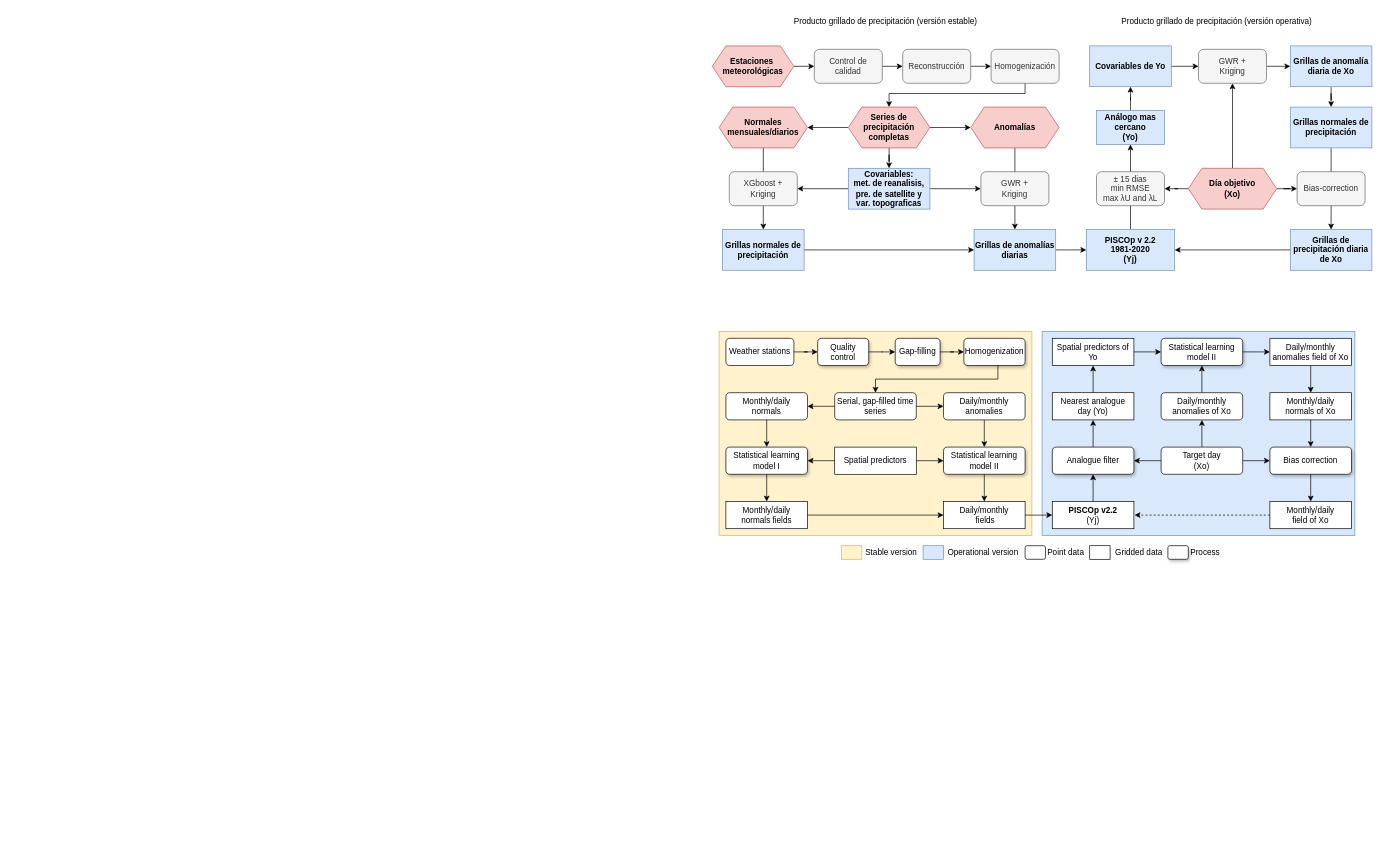
Above: PISCOp_update.drawio in adrHuerta/diagrams (draw.io), before the change. Source tidied: cells renumbered, new cells numbered last; positions are measured from the earlier drawing's top-left corner, leaving out a move shared by most shapes. Both pictures are drawn from the tidied source at 68%, with x=0, y=0 at pixel (712, 12).
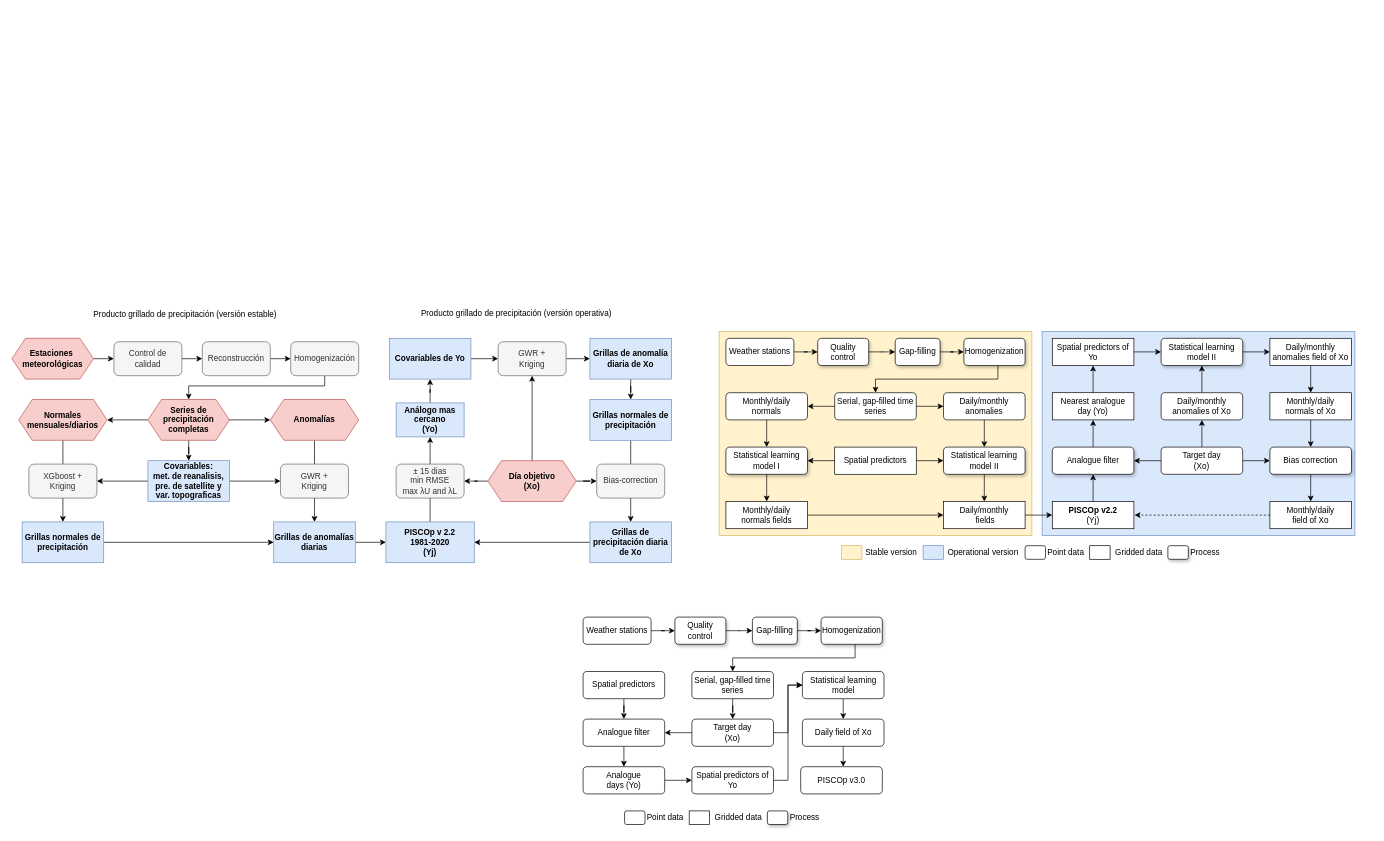
Above is the later version.

The edit, as a diff of the source:
```diff
@@
     <mxCell id="3" value="PISCOp v 2.2 &lt;br&gt;1981-2020&lt;br&gt;(Yj)" style="rounded=0;whiteSpace=wrap;html=1;fontStyle=1;fillColor=#dae8fc;strokeColor=#6c8ebf;" parent="1" vertex="1">
-      <mxGeometry x="550" y="320" width="130" height="60" as="geometry" />
+      <mxGeometry x="-480" y="750" width="130" height="60" as="geometry" />
     </mxCell>
     <mxCell id="4" style="edgeStyle=orthogonalEdgeStyle;rounded=0;jettySize=auto;html=1;entryX=0;entryY=0.5;entryDx=0;entryDy=0;" parent="1" edge="1" target="6">
       <mxGeometry relative="1" as="geometry">
-        <mxPoint x="120" y="80" as="sourcePoint" />
+        <mxPoint x="-910" y="510" as="sourcePoint" />
       </mxGeometry>
     </mxCell>
     <mxCell id="5" style="edgeStyle=orthogonalEdgeStyle;rounded=0;jettySize=auto;html=1;" parent="1" edge="1" source="6">
       <mxGeometry relative="1" as="geometry">
-        <mxPoint x="280" y="80" as="targetPoint" />
+        <mxPoint x="-750" y="510" as="targetPoint" />
       </mxGeometry>
     </mxCell>
     <mxCell id="6" value="Control de &lt;br&gt;calidad" style="rounded=1;whiteSpace=wrap;html=1;fillColor=#f5f5f5;strokeColor=#666666;fontColor=#333333;" parent="1" vertex="1">
-      <mxGeometry x="150" y="55" width="100" height="50" as="geometry" />
+      <mxGeometry x="-880" y="485" width="100" height="50" as="geometry" />
     </mxCell>
     <mxCell id="7" style="edgeStyle=orthogonalEdgeStyle;rounded=0;jettySize=auto;html=1;" parent="1" edge="1" source="8">
       <mxGeometry relative="1" as="geometry">
-        <mxPoint x="410" y="80" as="targetPoint" />
+        <mxPoint x="-620" y="510" as="targetPoint" />
       </mxGeometry>
     </mxCell>
     <mxCell id="8" value="Reconstrucción" style="rounded=1;whiteSpace=wrap;html=1;fillColor=#f5f5f5;strokeColor=#666666;fontColor=#333333;" parent="1" vertex="1">
-      <mxGeometry x="280" y="55" width="100" height="50" as="geometry" />
+      <mxGeometry x="-750" y="485" width="100" height="50" as="geometry" />
     </mxCell>
     <mxCell id="9" style="edgeStyle=orthogonalEdgeStyle;rounded=0;jettySize=auto;html=1;" parent="1" edge="1" source="10">
       <mxGeometry relative="1" as="geometry">
-        <mxPoint x="260" y="140" as="targetPoint" />
+        <mxPoint x="-770" y="570" as="targetPoint" />
         <Array as="points">
-          <mxPoint x="460" y="120" />
-          <mxPoint x="260" y="120" />
+          <mxPoint x="-570" y="550" />
+          <mxPoint x="-770" y="550" />
         </Array>
       </mxGeometry>
     </mxCell>
     <mxCell id="10" value="Homogenización" style="rounded=1;whiteSpace=wrap;html=1;fillColor=#f5f5f5;strokeColor=#666666;fontColor=#333333;" parent="1" vertex="1">
-      <mxGeometry x="410" y="55" width="100" height="50" as="geometry" />
+      <mxGeometry x="-620" y="485" width="100" height="50" as="geometry" />
     </mxCell>
     <mxCell id="11" style="edgeStyle=orthogonalEdgeStyle;rounded=0;orthogonalLoop=1;jettySize=auto;html=1;entryX=0;entryY=0.5;entryDx=0;entryDy=0;" parent="1" edge="1">
       <mxGeometry relative="1" as="geometry">
-        <mxPoint x="310" y="170" as="sourcePoint" />
-        <mxPoint x="380" y="170" as="targetPoint" />
+        <mxPoint x="-720" y="600" as="sourcePoint" />
+        <mxPoint x="-650" y="600" as="targetPoint" />
       </mxGeometry>
     </mxCell>
     <mxCell id="12" style="edgeStyle=orthogonalEdgeStyle;rounded=0;orthogonalLoop=1;jettySize=auto;html=1;" parent="1" edge="1">
       <mxGeometry relative="1" as="geometry">
-        <mxPoint x="200" y="170" as="sourcePoint" />
-        <mxPoint x="140" y="170" as="targetPoint" />
+        <mxPoint x="-830" y="600" as="sourcePoint" />
+        <mxPoint x="-890" y="600" as="targetPoint" />
       </mxGeometry>
     </mxCell>
@@
     <mxCell id="15" value="Covariables:&lt;br&gt;met. de reanalisis, pre. de satellite y var. topograficas" style="rounded=1;whiteSpace=wrap;html=1;arcSize=0;fontStyle=1;fillColor=#dae8fc;strokeColor=#6c8ebf;" parent="1" vertex="1">
-      <mxGeometry x="200" y="230" width="120" height="60" as="geometry" />
+      <mxGeometry x="-830" y="660" width="120" height="60" as="geometry" />
     </mxCell>
@@
     <mxCell id="17" value="&lt;b style=&quot;&quot;&gt;Series de precipitación completas&lt;/b&gt;" style="shape=hexagon;perimeter=hexagonPerimeter2;whiteSpace=wrap;html=1;fixedSize=1;rounded=0;fillColor=#f8cecc;strokeColor=#b85450;" parent="1" vertex="1">
-      <mxGeometry x="200" y="140" width="120" height="60" as="geometry" />
+      <mxGeometry x="-830" y="570" width="120" height="60" as="geometry" />
     </mxCell>
     <mxCell id="18" value="&lt;b style=&quot;&quot;&gt;Estaciones&amp;nbsp;&lt;br&gt;&lt;/b&gt;&lt;b&gt;meteorológicas&lt;/b&gt;" style="shape=hexagon;perimeter=hexagonPerimeter2;whiteSpace=wrap;html=1;fixedSize=1;rounded=0;fillColor=#f8cecc;strokeColor=#b85450;" parent="1" vertex="1">
-      <mxGeometry y="50" width="120" height="60" as="geometry" />
+      <mxGeometry x="-1030" y="480" width="120" height="60" as="geometry" />
     </mxCell>
@@
     <mxCell id="20" value="&lt;b&gt;Normales mensuales/diarios&lt;/b&gt;" style="shape=hexagon;perimeter=hexagonPerimeter2;whiteSpace=wrap;html=1;fixedSize=1;rounded=0;fillColor=#f8cecc;strokeColor=#b85450;" parent="1" vertex="1">
-      <mxGeometry x="10" y="140" width="130" height="60" as="geometry" />
+      <mxGeometry x="-1020" y="570" width="130" height="60" as="geometry" />
     </mxCell>
@@
     <mxCell id="22" value="&lt;b&gt;Anomalías&lt;/b&gt;" style="shape=hexagon;perimeter=hexagonPerimeter2;whiteSpace=wrap;html=1;fixedSize=1;rounded=0;fillColor=#f8cecc;strokeColor=#b85450;" parent="1" vertex="1">
-      <mxGeometry x="380" y="140" width="130" height="60" as="geometry" />
+      <mxGeometry x="-650" y="570" width="130" height="60" as="geometry" />
     </mxCell>
     <mxCell id="23" value="XGboost +&lt;br&gt;Kriging" style="rounded=1;whiteSpace=wrap;html=1;fillColor=#f5f5f5;strokeColor=#666666;fontColor=#333333;" parent="1" vertex="1">
-      <mxGeometry x="25" y="235" width="100" height="50" as="geometry" />
+      <mxGeometry x="-1005" y="665" width="100" height="50" as="geometry" />
     </mxCell>
     <mxCell id="24" value="GWR +&lt;br&gt;Kriging" style="rounded=1;whiteSpace=wrap;html=1;fillColor=#f5f5f5;strokeColor=#666666;fontColor=#333333;" parent="1" vertex="1">
-      <mxGeometry x="395" y="235" width="100" height="50" as="geometry" />
+      <mxGeometry x="-635" y="665" width="100" height="50" as="geometry" />
     </mxCell>
@@
     <mxCell id="26" value="Grillas normales de precipitación" style="rounded=1;whiteSpace=wrap;html=1;arcSize=0;fontStyle=1;fillColor=#dae8fc;strokeColor=#6c8ebf;" parent="1" vertex="1">
-      <mxGeometry x="15" y="320" width="120" height="60" as="geometry" />
+      <mxGeometry x="-1015" y="750" width="120" height="60" as="geometry" />
     </mxCell>
@@
     <mxCell id="28" value="Grillas de anomalías diarias" style="rounded=1;whiteSpace=wrap;html=1;arcSize=0;fontStyle=1;fillColor=#dae8fc;strokeColor=#6c8ebf;" parent="1" vertex="1">
-      <mxGeometry x="385" y="320" width="120" height="60" as="geometry" />
+      <mxGeometry x="-645" y="750" width="120" height="60" as="geometry" />
     </mxCell>
     <mxCell id="29" value="± 15 dias&lt;br&gt;min RMSE&lt;br&gt;max&amp;nbsp;λU and λL" style="rounded=1;whiteSpace=wrap;html=1;fillColor=#f5f5f5;strokeColor=#666666;fontColor=#333333;" parent="1" vertex="1">
-      <mxGeometry x="565" y="235" width="100" height="50" as="geometry" />
+      <mxGeometry x="-465" y="665" width="100" height="50" as="geometry" />
     </mxCell>
@@
     <mxCell id="31" value="Análogo mas cercano&lt;br&gt;(Yo)" style="rounded=1;whiteSpace=wrap;html=1;arcSize=0;fontStyle=1;fillColor=#dae8fc;strokeColor=#6c8ebf;" parent="1" vertex="1">
-      <mxGeometry x="565" y="145" width="100" height="50" as="geometry" />
+      <mxGeometry x="-465" y="575" width="100" height="50" as="geometry" />
     </mxCell>
@@
     <mxCell id="35" value="&lt;b&gt;Día&amp;nbsp;objetivo&lt;/b&gt;&lt;br&gt;&lt;b&gt;(Xo)&lt;/b&gt;" style="shape=hexagon;perimeter=hexagonPerimeter2;whiteSpace=wrap;html=1;fixedSize=1;rounded=0;fillColor=#f8cecc;strokeColor=#b85450;" parent="1" vertex="1">
-      <mxGeometry x="700" y="230" width="130" height="60" as="geometry" />
+      <mxGeometry x="-330" y="660" width="130" height="60" as="geometry" />
     </mxCell>
@@
     <mxCell id="37" value="Covariables de Yo" style="rounded=1;whiteSpace=wrap;html=1;arcSize=0;fontStyle=1;fillColor=#dae8fc;strokeColor=#6c8ebf;" parent="1" vertex="1">
-      <mxGeometry x="555" y="50" width="120" height="60" as="geometry" />
+      <mxGeometry x="-475" y="480" width="120" height="60" as="geometry" />
     </mxCell>
     <mxCell id="38" style="edgeStyle=orthogonalEdgeStyle;rounded=0;jettySize=auto;html=1;" parent="1" edge="1" source="39">
       <mxGeometry relative="1" as="geometry">
-        <mxPoint x="850" y="80" as="targetPoint" />
+        <mxPoint x="-180" y="510" as="targetPoint" />
       </mxGeometry>
     </mxCell>
     <mxCell id="39" value="GWR +&lt;br&gt;Kriging" style="rounded=1;whiteSpace=wrap;html=1;fillColor=#f5f5f5;strokeColor=#666666;fontColor=#333333;" parent="1" vertex="1">
-      <mxGeometry x="715" y="55" width="100" height="50" as="geometry" />
+      <mxGeometry x="-315" y="485" width="100" height="50" as="geometry" />
     </mxCell>
@@
     <mxCell id="41" value="Grillas de anomalía diaria de Xo" style="rounded=1;whiteSpace=wrap;html=1;arcSize=0;fontStyle=1;fillColor=#dae8fc;strokeColor=#6c8ebf;" parent="1" vertex="1">
-      <mxGeometry x="850" y="50" width="120" height="60" as="geometry" />
+      <mxGeometry x="-180" y="480" width="120" height="60" as="geometry" />
     </mxCell>
@@
     <mxCell id="43" value="Grillas de precipitación diaria de Xo" style="rounded=1;whiteSpace=wrap;html=1;arcSize=0;fontStyle=1;fillColor=#dae8fc;strokeColor=#6c8ebf;" parent="1" vertex="1">
-      <mxGeometry x="850" y="320" width="120" height="60" as="geometry" />
+      <mxGeometry x="-180" y="750" width="120" height="60" as="geometry" />
     </mxCell>
@@
     <mxCell id="45" value="Grillas normales de precipitación" style="rounded=1;whiteSpace=wrap;html=1;arcSize=0;fontStyle=1;fillColor=#dae8fc;strokeColor=#6c8ebf;" parent="1" vertex="1">
-      <mxGeometry x="850" y="140" width="120" height="60" as="geometry" />
+      <mxGeometry x="-180" y="570" width="120" height="60" as="geometry" />
     </mxCell>
     <mxCell id="46" value="Producto grillado de precipitación (versión estable)" style="text;html=1;strokeColor=none;fillColor=none;align=center;verticalAlign=middle;whiteSpace=wrap;rounded=0;" parent="1" vertex="1">
-      <mxGeometry width="510" height="30" as="geometry" />
+      <mxGeometry x="-1030" y="430" width="510" height="30" as="geometry" />
     </mxCell>
     <mxCell id="47" value="&lt;span style=&quot;color: rgb(0, 0, 0); font-family: Helvetica; font-size: 12px; font-style: normal; font-variant-ligatures: normal; font-variant-caps: normal; font-weight: 400; letter-spacing: normal; orphans: 2; text-align: center; text-indent: 0px; text-transform: none; widows: 2; word-spacing: 0px; -webkit-text-stroke-width: 0px; text-decoration-thickness: initial; text-decoration-style: initial; text-decoration-color: initial; float: none; display: inline !important;&quot;&gt;Producto grillado de precipitación (versión operativa)&lt;/span&gt;" style="text;whiteSpace=wrap;html=1;" parent="1" vertex="1">
-      <mxGeometry x="600" width="290" height="30" as="geometry" />
+      <mxGeometry x="-430" y="430" width="290" height="30" as="geometry" />
     </mxCell>
     <mxCell id="48" value="Bias-correction" style="rounded=1;whiteSpace=wrap;html=1;fillColor=#f5f5f5;strokeColor=#666666;fontColor=#333333;" parent="1" vertex="1">
-      <mxGeometry x="860" y="235" width="100" height="50" as="geometry" />
+      <mxGeometry x="-170" y="665" width="100" height="50" as="geometry" />
     </mxCell>
@@
+    <mxCell id="111" value="Weather stations" style="rounded=1;whiteSpace=wrap;html=1;strokeWidth=1;" parent="1" vertex="1">
+      <mxGeometry x="-190" y="890" width="100" height="40" as="geometry" />
+    </mxCell>
+    <mxCell id="112" value="Quality &lt;br&gt;control" style="rounded=1;whiteSpace=wrap;html=1;glass=0;sketch=0;shadow=1;strokeWidth=1;" parent="1" vertex="1">
+      <mxGeometry x="-55" y="890" width="75" height="40" as="geometry" />
+    </mxCell>
+    <mxCell id="113" style="edgeStyle=orthogonalEdgeStyle;rounded=0;jettySize=auto;html=1;strokeWidth=1;" parent="1" edge="1" source="111" target="112">
+      <mxGeometry relative="1" as="geometry" />
+    </mxCell>
+    <mxCell id="114" value="Gap-filling" style="rounded=1;whiteSpace=wrap;html=1;glass=0;sketch=0;shadow=1;strokeWidth=1;" parent="1" vertex="1">
+      <mxGeometry x="59" y="890" width="66" height="40" as="geometry" />
+    </mxCell>
+    <mxCell id="115" style="edgeStyle=orthogonalEdgeStyle;rounded=0;jettySize=auto;html=1;entryX=0;entryY=0.5;entryDx=0;entryDy=0;strokeWidth=1;" parent="1" edge="1" source="112" target="114">
+      <mxGeometry relative="1" as="geometry" />
+    </mxCell>
+    <mxCell id="116" value="Homogenization" style="rounded=1;whiteSpace=wrap;html=1;glass=0;sketch=0;shadow=1;strokeWidth=1;" parent="1" vertex="1">
+      <mxGeometry x="160" y="890" width="90" height="40" as="geometry" />
+    </mxCell>
+    <mxCell id="117" style="edgeStyle=orthogonalEdgeStyle;rounded=0;jettySize=auto;html=1;entryX=0;entryY=0.5;entryDx=0;entryDy=0;strokeWidth=1;" parent="1" edge="1" source="114" target="116">
+      <mxGeometry relative="1" as="geometry" />
+    </mxCell>
+    <mxCell id="118" style="edgeStyle=orthogonalEdgeStyle;rounded=0;jettySize=auto;html=1;entryX=0.5;entryY=0;entryDx=0;entryDy=0;" parent="1" edge="1" source="119" target="129">
+      <mxGeometry relative="1" as="geometry" />
+    </mxCell>
+    <mxCell id="119" value="Serial, gap-filled time series" style="rounded=1;whiteSpace=wrap;html=1;strokeWidth=1;" parent="1" vertex="1">
+      <mxGeometry x="-30" y="970" width="120" height="40" as="geometry" />
+    </mxCell>
+    <mxCell id="120" style="edgeStyle=orthogonalEdgeStyle;rounded=0;jettySize=auto;html=1;entryX=0.5;entryY=0;entryDx=0;entryDy=0;strokeWidth=1;" parent="1" edge="1" source="116" target="119">
+      <mxGeometry relative="1" as="geometry">
+        <Array as="points">
+          <mxPoint x="210" y="950" />
+          <mxPoint x="30" y="950" />
+        </Array>
+      </mxGeometry>
+    </mxCell>
+    <mxCell id="121" style="edgeStyle=orthogonalEdgeStyle;rounded=0;jettySize=auto;html=1;" parent="1" edge="1" source="122" target="126">
+      <mxGeometry relative="1" as="geometry" />
+    </mxCell>
+    <mxCell id="122" value="Spatial predictors" style="rounded=1;whiteSpace=wrap;html=1;strokeWidth=1;" parent="1" vertex="1">
+      <mxGeometry x="-190" y="970" width="120" height="40" as="geometry" />
+    </mxCell>
+    <mxCell id="123" style="edgeStyle=orthogonalEdgeStyle;rounded=0;jettySize=auto;html=1;entryX=0.5;entryY=0;entryDx=0;entryDy=0;" parent="1" edge="1" source="124">
+      <mxGeometry relative="1" as="geometry">
+        <mxPoint x="192.5" y="1040" as="targetPoint" />
+      </mxGeometry>
+    </mxCell>
+    <mxCell id="124" value="Statistical learning model" style="rounded=1;whiteSpace=wrap;html=1;strokeWidth=1;" parent="1" vertex="1">
+      <mxGeometry x="132.5" y="970" width="120" height="40" as="geometry" />
+    </mxCell>
+    <mxCell id="125" style="edgeStyle=orthogonalEdgeStyle;rounded=0;jettySize=auto;html=1;" parent="1" edge="1" source="126">
+      <mxGeometry relative="1" as="geometry">
+        <mxPoint x="-130" y="1110" as="targetPoint" />
+      </mxGeometry>
+    </mxCell>
+    <mxCell id="126" value="Analogue filter" style="rounded=1;whiteSpace=wrap;html=1;strokeWidth=1;" parent="1" vertex="1">
+      <mxGeometry x="-190" y="1040" width="120" height="40" as="geometry" />
+    </mxCell>
+    <mxCell id="127" style="edgeStyle=orthogonalEdgeStyle;rounded=0;jettySize=auto;html=1;entryX=1;entryY=0.5;entryDx=0;entryDy=0;" parent="1" edge="1" source="129" target="126">
+      <mxGeometry relative="1" as="geometry" />
+    </mxCell>
+    <mxCell id="128" style="edgeStyle=orthogonalEdgeStyle;rounded=0;jettySize=auto;html=1;entryX=0;entryY=0.5;entryDx=0;entryDy=0;" parent="1" edge="1" source="129" target="124">
+      <mxGeometry relative="1" as="geometry" />
+    </mxCell>
+    <mxCell id="129" value="Target day&lt;br style=&quot;border-color: var(--border-color);&quot;&gt;(Xo)" style="rounded=1;whiteSpace=wrap;html=1;strokeWidth=1;" parent="1" vertex="1">
+      <mxGeometry x="-30" y="1040" width="120" height="40" as="geometry" />
+    </mxCell>
+    <mxCell id="130" style="edgeStyle=orthogonalEdgeStyle;rounded=0;jettySize=auto;html=1;entryX=0;entryY=0.5;entryDx=0;entryDy=0;" parent="1" edge="1" source="131" target="133">
+      <mxGeometry relative="1" as="geometry" />
+    </mxCell>
+    <mxCell id="131" value="Analogue&lt;br style=&quot;border-color: var(--border-color);&quot;&gt;days (Yo)" style="rounded=1;whiteSpace=wrap;html=1;strokeWidth=1;" parent="1" vertex="1">
+      <mxGeometry x="-190" y="1110" width="120" height="40" as="geometry" />
+    </mxCell>
+    <mxCell id="132" style="edgeStyle=orthogonalEdgeStyle;rounded=0;jettySize=auto;html=1;entryX=0;entryY=0.5;entryDx=0;entryDy=0;" parent="1" edge="1" source="133" target="124">
+      <mxGeometry relative="1" as="geometry" />
+    </mxCell>
+    <mxCell id="133" value="Spatial predictors of Yo" style="rounded=1;whiteSpace=wrap;html=1;strokeWidth=1;" parent="1" vertex="1">
+      <mxGeometry x="-30" y="1110" width="120" height="40" as="geometry" />
+    </mxCell>
+    <mxCell id="134" style="edgeStyle=orthogonalEdgeStyle;rounded=0;jettySize=auto;html=1;" parent="1" edge="1" source="135">
+      <mxGeometry relative="1" as="geometry">
+        <mxPoint x="192.5" y="1110" as="targetPoint" />
+      </mxGeometry>
+    </mxCell>
+    <mxCell id="135" value="Daily field of Xo" style="rounded=1;whiteSpace=wrap;html=1;strokeWidth=1;" parent="1" vertex="1">
+      <mxGeometry x="132.5" y="1040" width="120" height="40" as="geometry" />
+    </mxCell>
+    <mxCell id="136" value="PISCOp v3.0" style="rounded=1;whiteSpace=wrap;html=1;strokeWidth=1;" parent="1" vertex="1">
+      <mxGeometry x="130" y="1110" width="120" height="40" as="geometry" />
+    </mxCell>
+    <mxCell id="137" style="rounded=0;whiteSpace=wrap;html=1;shadow=0;glass=0;sketch=0;fillColor=default;" parent="1" vertex="1">
+      <mxGeometry x="-34" y="1175" width="30" height="20" as="geometry" />
+    </mxCell>
+    <mxCell id="138" style="rounded=1;whiteSpace=wrap;html=1;shadow=1;glass=0;sketch=0;fillColor=default;" parent="1" vertex="1">
+      <mxGeometry x="81" y="1175" width="30" height="20" as="geometry" />
+    </mxCell>
+    <mxCell id="139" style="rounded=1;whiteSpace=wrap;html=1;shadow=0;glass=0;sketch=0;fillColor=default;" parent="1" vertex="1">
+      <mxGeometry x="-129" y="1175" width="30" height="20" as="geometry" />
+    </mxCell>
+    <mxCell id="140" value="Point data" style="text;html=1;strokeColor=none;fillColor=none;align=center;verticalAlign=middle;whiteSpace=wrap;rounded=0;shadow=0;glass=0;sketch=0;strokeWidth=1;" parent="1" vertex="1">
+      <mxGeometry x="-99" y="1170" width="60" height="30" as="geometry" />
+    </mxCell>
+    <mxCell id="141" value="Gridded data" style="text;html=1;strokeColor=none;fillColor=none;align=center;verticalAlign=middle;whiteSpace=wrap;rounded=0;shadow=0;glass=0;sketch=0;strokeWidth=1;" parent="1" vertex="1">
+      <mxGeometry x="1" y="1170" width="75" height="30" as="geometry" />
+    </mxCell>
+    <mxCell id="142" value="Process" style="text;html=1;strokeColor=none;fillColor=none;align=center;verticalAlign=middle;whiteSpace=wrap;rounded=0;shadow=0;glass=0;sketch=0;strokeWidth=1;" parent="1" vertex="1">
+      <mxGeometry x="111" y="1170" width="50" height="30" as="geometry" />
+    </mxCell>
```
